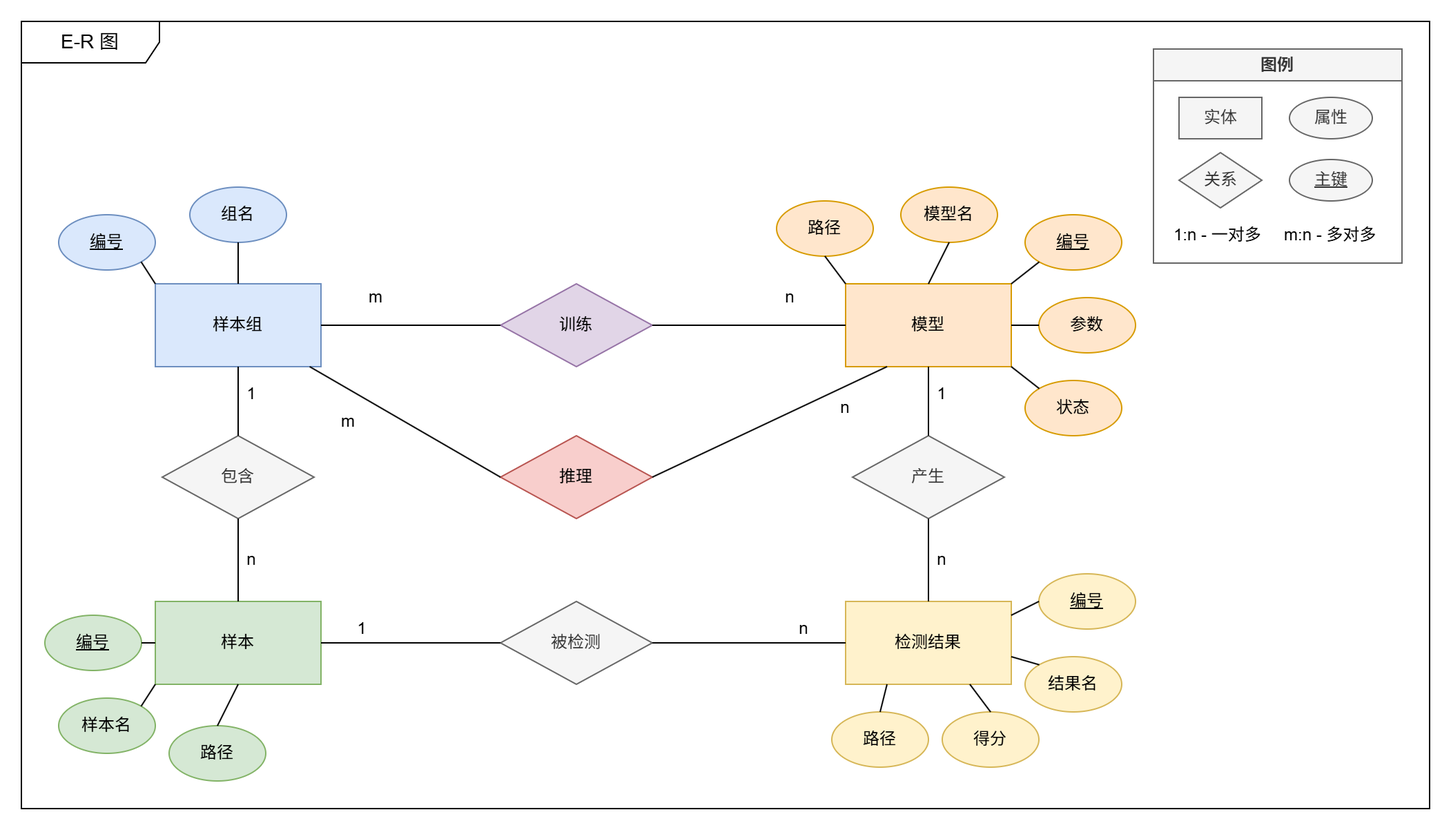
211250243/app keeps this draw.io diagram as 论文/thesis/images/E-R图.png. Above is the earlier version. Source tidied: cells renumbered, new cells last; positions are measured from the earlier drawing's top-left corner, leaving out a move shared by most shapes.
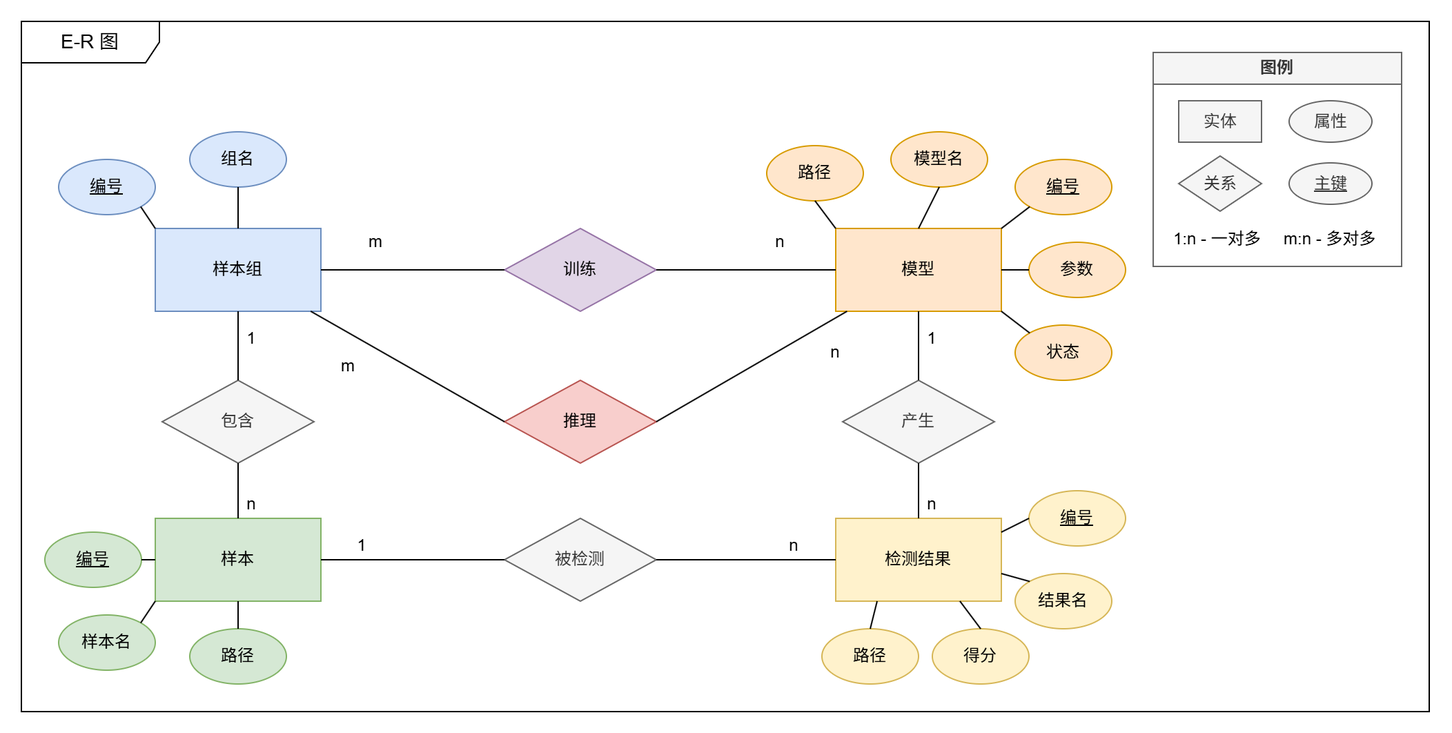
The same diagram one commit later.

What changed in the source:
```diff
@@ -6,28 +6,28 @@
       <mxGeometry x="97" y="190" width="120" height="60" as="geometry" />
     </mxCell>
     <mxCell id="3" value="样本" style="rounded=0;whiteSpace=wrap;html=1;fillColor=#d5e8d4;strokeColor=#82b366;" parent="1" vertex="1">
-      <mxGeometry x="97" y="420" width="120" height="60" as="geometry" />
+      <mxGeometry x="97" y="400" width="120" height="60" as="geometry" />
     </mxCell>
     <mxCell id="4" value="模型" style="rounded=0;whiteSpace=wrap;html=1;fillColor=#ffe6cc;strokeColor=#d79b00;" parent="1" vertex="1">
-      <mxGeometry x="597" y="190" width="120" height="60" as="geometry" />
+      <mxGeometry x="590" y="190" width="120" height="60" as="geometry" />
     </mxCell>
     <mxCell id="5" value="检测结果" style="rounded=0;whiteSpace=wrap;html=1;fillColor=#fff2cc;strokeColor=#d6b656;" parent="1" vertex="1">
-      <mxGeometry x="597" y="420" width="120" height="60" as="geometry" />
+      <mxGeometry x="590" y="400" width="120" height="60" as="geometry" />
     </mxCell>
     <mxCell id="6" value="包含" style="rhombus;whiteSpace=wrap;html=1;fillColor=#f5f5f5;fontColor=#333333;strokeColor=#666666;" parent="1" vertex="1">
       <mxGeometry x="102" y="300" width="110" height="60" as="geometry" />
     </mxCell>
     <mxCell id="7" value="产生" style="rhombus;whiteSpace=wrap;html=1;fillColor=#f5f5f5;fontColor=#333333;strokeColor=#666666;" parent="1" vertex="1">
-      <mxGeometry x="602" y="300" width="110" height="60" as="geometry" />
+      <mxGeometry x="595" y="300" width="110" height="60" as="geometry" />
     </mxCell>
     <mxCell id="8" value="被检测" style="rhombus;whiteSpace=wrap;html=1;fillColor=#f5f5f5;fontColor=#333333;strokeColor=#666666;" parent="1" vertex="1">
-      <mxGeometry x="347" y="420" width="110" height="60" as="geometry" />
+      <mxGeometry x="350" y="400" width="110" height="60" as="geometry" />
     </mxCell>
     <mxCell id="9" value="训练" style="rhombus;whiteSpace=wrap;html=1;fillColor=#e1d5e7;strokeColor=#9673a6;" parent="1" vertex="1">
-      <mxGeometry x="347" y="190" width="110" height="60" as="geometry" />
+      <mxGeometry x="350" y="190" width="110" height="60" as="geometry" />
     </mxCell>
     <mxCell id="10" value="推理" style="rhombus;whiteSpace=wrap;html=1;fillColor=#f8cecc;strokeColor=#b85450;" parent="1" vertex="1">
-      <mxGeometry x="347" y="300" width="110" height="60" as="geometry" />
+      <mxGeometry x="350" y="300" width="110" height="60" as="geometry" />
     </mxCell>
     <mxCell id="11" value="编号" style="ellipse;whiteSpace=wrap;html=1;align=center;fontStyle=4;fillColor=#dae8fc;strokeColor=#6c8ebf;" parent="1" vertex="1">
       <mxGeometry x="27" y="140" width="70" height="40" as="geometry" />
@@ -36,40 +36,40 @@
       <mxGeometry x="122" y="120" width="70" height="40" as="geometry" />
     </mxCell>
     <mxCell id="13" value="编号" style="ellipse;whiteSpace=wrap;html=1;align=center;fontStyle=4;fillColor=#d5e8d4;strokeColor=#82b366;" parent="1" vertex="1">
-      <mxGeometry x="17" y="430" width="70" height="40" as="geometry" />
+      <mxGeometry x="17" y="410" width="70" height="40" as="geometry" />
     </mxCell>
     <mxCell id="14" value="样本名" style="ellipse;whiteSpace=wrap;html=1;align=center;fillColor=#d5e8d4;strokeColor=#82b366;" parent="1" vertex="1">
-      <mxGeometry x="27" y="490" width="70" height="40" as="geometry" />
+      <mxGeometry x="27" y="470" width="70" height="40" as="geometry" />
     </mxCell>
     <mxCell id="15" value="路径" style="ellipse;whiteSpace=wrap;html=1;align=center;fillColor=#d5e8d4;strokeColor=#82b366;" parent="1" vertex="1">
-      <mxGeometry x="107" y="510" width="70" height="40" as="geometry" />
+      <mxGeometry x="122" y="480" width="70" height="40" as="geometry" />
     </mxCell>
     <mxCell id="16" value="编号" style="ellipse;whiteSpace=wrap;html=1;align=center;fontStyle=4;fillColor=#ffe6cc;strokeColor=#d79b00;" parent="1" vertex="1">
-      <mxGeometry x="727" y="140" width="70" height="40" as="geometry" />
+      <mxGeometry x="720" y="140" width="70" height="40" as="geometry" />
     </mxCell>
     <mxCell id="17" value="模型名" style="ellipse;whiteSpace=wrap;html=1;align=center;fillColor=#ffe6cc;strokeColor=#d79b00;" parent="1" vertex="1">
-      <mxGeometry x="637" y="120" width="70" height="40" as="geometry" />
+      <mxGeometry x="630" y="120" width="70" height="40" as="geometry" />
     </mxCell>
     <mxCell id="18" value="路径" style="ellipse;whiteSpace=wrap;html=1;align=center;fillColor=#ffe6cc;strokeColor=#d79b00;" parent="1" vertex="1">
-      <mxGeometry x="547" y="130" width="70" height="40" as="geometry" />
+      <mxGeometry x="540" y="130" width="70" height="40" as="geometry" />
     </mxCell>
     <mxCell id="19" value="参数" style="ellipse;whiteSpace=wrap;html=1;align=center;fillColor=#ffe6cc;strokeColor=#d79b00;" parent="1" vertex="1">
-      <mxGeometry x="737" y="200" width="70" height="40" as="geometry" />
+      <mxGeometry x="730" y="200" width="70" height="40" as="geometry" />
     </mxCell>
     <mxCell id="20" value="状态" style="ellipse;whiteSpace=wrap;html=1;align=center;fillColor=#ffe6cc;strokeColor=#d79b00;" parent="1" vertex="1">
-      <mxGeometry x="727" y="260" width="70" height="40" as="geometry" />
+      <mxGeometry x="720" y="260" width="70" height="40" as="geometry" />
     </mxCell>
     <mxCell id="21" value="编号" style="ellipse;whiteSpace=wrap;html=1;align=center;fontStyle=4;fillColor=#fff2cc;strokeColor=#d6b656;" parent="1" vertex="1">
-      <mxGeometry x="737" y="400" width="70" height="40" as="geometry" />
+      <mxGeometry x="730" y="380" width="70" height="40" as="geometry" />
     </mxCell>
     <mxCell id="22" value="结果名" style="ellipse;whiteSpace=wrap;html=1;align=center;fillColor=#fff2cc;strokeColor=#d6b656;" parent="1" vertex="1">
-      <mxGeometry x="727" y="460" width="70" height="40" as="geometry" />
+      <mxGeometry x="720" y="440" width="70" height="40" as="geometry" />
     </mxCell>
     <mxCell id="23" value="得分" style="ellipse;whiteSpace=wrap;html=1;align=center;fillColor=#fff2cc;strokeColor=#d6b656;" parent="1" vertex="1">
-      <mxGeometry x="667" y="500" width="70" height="40" as="geometry" />
+      <mxGeometry x="660" y="480" width="70" height="40" as="geometry" />
     </mxCell>
     <mxCell id="24" value="路径" style="ellipse;whiteSpace=wrap;html=1;align=center;fillColor=#fff2cc;strokeColor=#d6b656;" parent="1" vertex="1">
-      <mxGeometry x="587" y="500" width="70" height="40" as="geometry" />
+      <mxGeometry x="580" y="480" width="70" height="40" as="geometry" />
     </mxCell>
     <mxCell id="25" style="endArrow=none;html=1;rounded=0;exitX=1;exitY=1;exitDx=0;exitDy=0;entryX=0;entryY=0;entryDx=0;entryDy=0;" parent="1" edge="1" source="11" target="2">
       <mxGeometry relative="1" as="geometry" />
@@ -103,12 +103,12 @@
     </mxCell>
     <mxCell id="35" style="endArrow=none;html=1;rounded=0;exitX=0;exitY=0.5;exitDx=0;exitDy=0;" parent="1" edge="1" source="21">
       <mxGeometry relative="1" as="geometry">
-        <mxPoint x="717" y="430" as="targetPoint" />
+        <mxPoint x="710" y="410" as="targetPoint" />
       </mxGeometry>
     </mxCell>
     <mxCell id="36" style="endArrow=none;html=1;rounded=0;exitX=0;exitY=0;exitDx=0;exitDy=0;" parent="1" edge="1" source="22">
       <mxGeometry relative="1" as="geometry">
-        <mxPoint x="717" y="460" as="targetPoint" />
+        <mxPoint x="710" y="440" as="targetPoint" />
       </mxGeometry>
     </mxCell>
     <mxCell id="37" style="endArrow=none;html=1;rounded=0;exitX=0.5;exitY=0;exitDx=0;exitDy=0;entryX=0.75;entryY=1;entryDx=0;entryDy=0;" parent="1" edge="1" source="23" target="5">
@@ -136,10 +136,10 @@
       <mxGeometry relative="1" as="geometry" />
     </mxCell>
     <mxCell id="45" value="1" style="text;html=1;strokeColor=none;fillColor=none;align=center;verticalAlign=middle;whiteSpace=wrap;rounded=0;" parent="1" vertex="1">
-      <mxGeometry x="647" y="260" width="40" height="20" as="geometry" />
+      <mxGeometry x="640" y="260" width="40" height="20" as="geometry" />
     </mxCell>
     <mxCell id="46" value="n" style="text;html=1;strokeColor=none;fillColor=none;align=center;verticalAlign=middle;whiteSpace=wrap;rounded=0;" parent="1" vertex="1">
-      <mxGeometry x="647" y="380" width="40" height="20" as="geometry" />
+      <mxGeometry x="640" y="380" width="40" height="20" as="geometry" />
     </mxCell>
     <mxCell id="47" style="endArrow=none;html=1;rounded=0;exitX=1;exitY=0.5;exitDx=0;exitDy=0;entryX=0;entryY=0.5;entryDx=0;entryDy=0;" parent="1" edge="1" source="3" target="8">
       <mxGeometry relative="1" as="geometry" />
@@ -148,10 +148,10 @@
       <mxGeometry relative="1" as="geometry" />
     </mxCell>
     <mxCell id="49" value="1" style="text;html=1;strokeColor=none;fillColor=none;align=center;verticalAlign=middle;whiteSpace=wrap;rounded=0;" parent="1" vertex="1">
-      <mxGeometry x="227" y="430" width="40" height="20" as="geometry" />
+      <mxGeometry x="227" y="410" width="40" height="20" as="geometry" />
     </mxCell>
     <mxCell id="50" value="n" style="text;html=1;strokeColor=none;fillColor=none;align=center;verticalAlign=middle;whiteSpace=wrap;rounded=0;" parent="1" vertex="1">
-      <mxGeometry x="547" y="430" width="40" height="20" as="geometry" />
+      <mxGeometry x="540" y="410" width="40" height="20" as="geometry" />
     </mxCell>
     <mxCell id="51" style="endArrow=none;html=1;rounded=0;exitX=1;exitY=0.5;exitDx=0;exitDy=0;entryX=0;entryY=0.5;entryDx=0;entryDy=0;" parent="1" edge="1" source="2" target="9">
       <mxGeometry relative="1" as="geometry" />
@@ -163,22 +163,22 @@
       <mxGeometry x="237" y="190" width="40" height="20" as="geometry" />
     </mxCell>
     <mxCell id="54" value="n" style="text;html=1;strokeColor=none;fillColor=none;align=center;verticalAlign=middle;whiteSpace=wrap;rounded=0;" parent="1" vertex="1">
-      <mxGeometry x="537" y="190" width="40" height="20" as="geometry" />
+      <mxGeometry x="530" y="190" width="40" height="20" as="geometry" />
     </mxCell>
     <mxCell id="55" style="endArrow=none;html=1;rounded=0;entryX=0;entryY=0.5;entryDx=0;entryDy=0;" parent="1" edge="1" source="2" target="10">
       <mxGeometry relative="1" as="geometry" />
     </mxCell>
-    <mxCell id="56" style="endArrow=none;html=1;rounded=0;exitX=1;exitY=0.5;exitDx=0;exitDy=0;entryX=0.25;entryY=1;entryDx=0;entryDy=0;" parent="1" edge="1" source="10" target="4">
+    <mxCell id="56" style="endArrow=none;html=1;rounded=0;exitX=1;exitY=0.5;exitDx=0;exitDy=0;" parent="1" edge="1" source="10" target="4">
       <mxGeometry relative="1" as="geometry" />
     </mxCell>
     <mxCell id="57" value="m" style="text;html=1;strokeColor=none;fillColor=none;align=center;verticalAlign=middle;whiteSpace=wrap;rounded=0;" parent="1" vertex="1">
       <mxGeometry x="217" y="280" width="40" height="20" as="geometry" />
     </mxCell>
     <mxCell id="58" value="n" style="text;html=1;strokeColor=none;fillColor=none;align=center;verticalAlign=middle;whiteSpace=wrap;rounded=0;" parent="1" vertex="1">
-      <mxGeometry x="577" y="270" width="40" height="20" as="geometry" />
+      <mxGeometry x="570" y="270" width="40" height="20" as="geometry" />
     </mxCell>
     <mxCell id="59" value="图例" style="swimlane;whiteSpace=wrap;html=1;startSize=23;fillColor=#f5f5f5;fontColor=#333333;strokeColor=#666666;" parent="1" vertex="1">
-      <mxGeometry x="820" y="20" width="180" height="155" as="geometry" />
+      <mxGeometry x="820" y="62.5" width="180" height="155" as="geometry" />
     </mxCell>
     <mxCell id="60" value="实体" style="rounded=0;whiteSpace=wrap;html=1;fillColor=#f5f5f5;strokeColor=#666666;fontColor=#333333;" parent="59" vertex="1">
       <mxGeometry x="18.5" y="35" width="60" height="30" as="geometry" />
@@ -199,7 +199,7 @@
       <mxGeometry x="92.8" y="125" width="71.5" height="20" as="geometry" />
     </mxCell>
     <mxCell id="66" value="&lt;font style=&quot;font-size: 14px;&quot;&gt;E-R 图&lt;/font&gt;" style="shape=umlFrame;whiteSpace=wrap;html=1;width=100;" parent="1" vertex="1">
-      <mxGeometry width="1020" height="570" as="geometry" />
+      <mxGeometry y="40" width="1020" height="500" as="geometry" />
     </mxCell>
   </root>
 </mxGraphModel>
```
